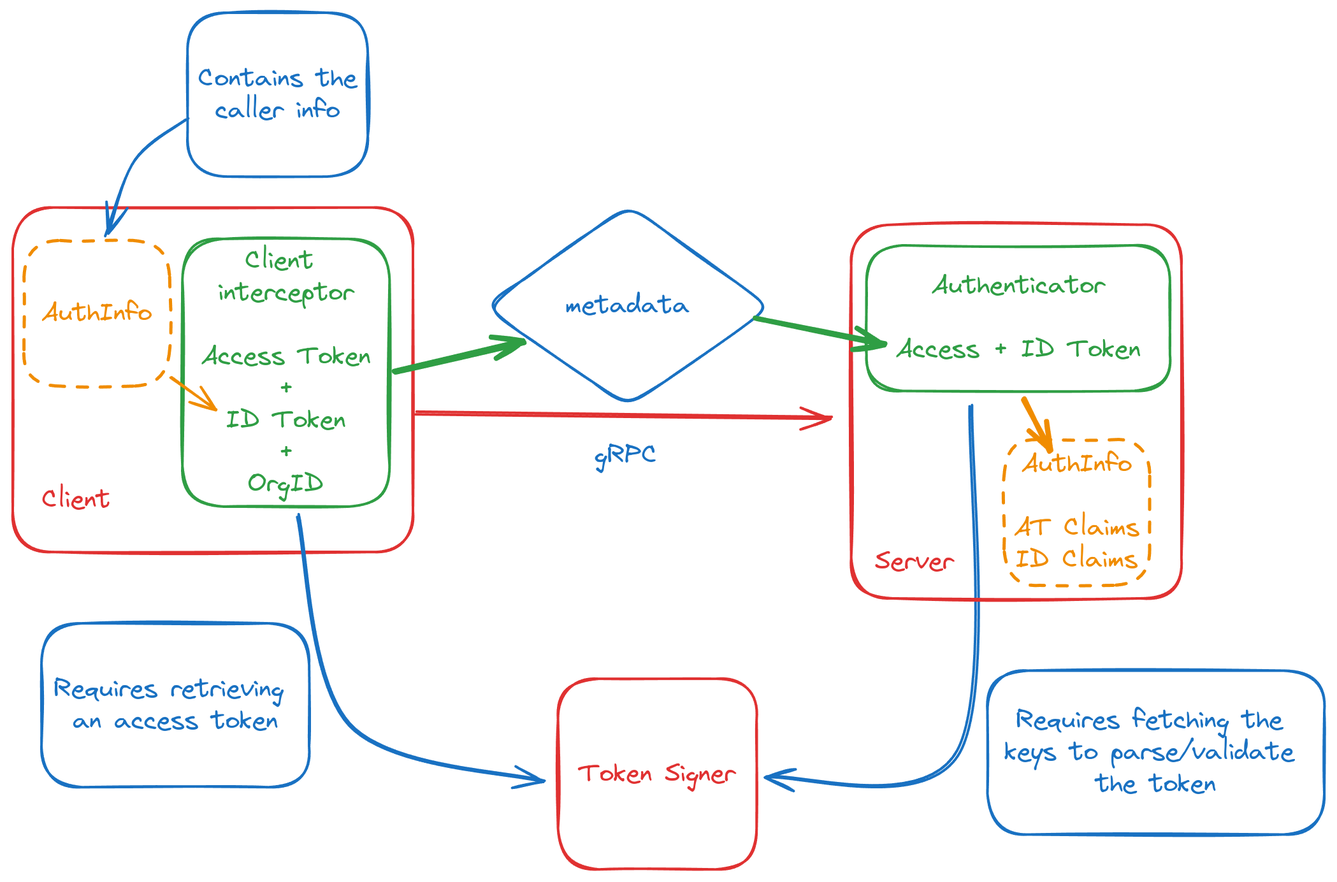
grafana/authlib keeps this Excalidraw diagram as assets/full-authentication-example.png. Above is the earlier version. Source tidied: one line per element, renumbered; positions are measured from the earlier drawing's top-left corner, leaving out a move shared by most shapes. Its diagram source:
```json
{"id": 0, "type": "rectangle", "strokeColor": "#e03131", "strokeWidth": 2, "roughness": 1, "round": true, "x": 0, "y": 153, "width": 314, "height": 270}
{"id": 1, "type": "rectangle", "strokeColor": "#2f9e44", "strokeWidth": 2, "roughness": 1, "round": true, "x": 133, "y": 177, "width": 163, "height": 210}
{"id": 2, "type": "text", "text": "Client \ninterceptor\n\nAccess Token\n+\nID Token\n+\nOrgID", "strokeColor": "#2f9e44", "strokeWidth": 2, "roughness": 1, "fontSize": 20, "fontFamily": 1, "textAlign": "center", "verticalAlign": "middle", "inside": 1, "x": 148, "y": 182, "width": 133, "height": 200}
{"id": 3, "type": "arrow", "strokeColor": "#1971c2", "strokeWidth": 2, "roughness": 1, "endArrowhead": "arrow", "round": true, "from": 16, "to": 6, "x": 751, "y": 309, "width": 159, "height": 291, "points": [[0, 0], [-9, 270], [-159, 291]]}
{"id": 4, "type": "rectangle", "strokeColor": "#1971c2", "strokeWidth": 2, "roughness": 1, "round": true, "x": 765, "y": 516, "width": 264, "height": 129}
{"id": 5, "type": "text", "text": "Requires fetching the \nkeys to parse/validate \nthe token", "strokeColor": "#1971c2", "strokeWidth": 2, "roughness": 1, "fontSize": 20, "fontFamily": 1, "textAlign": "center", "verticalAlign": "middle", "inside": 4, "x": 778, "y": 543, "width": 237, "height": 75}
{"id": 6, "type": "rectangle", "strokeColor": "#e03131", "strokeWidth": 2, "roughness": 1, "round": true, "x": 428, "y": 523, "width": 156, "height": 150}
{"id": 7, "type": "text", "text": "Token Signer", "strokeColor": "#e03131", "strokeWidth": 2, "roughness": 1, "fontSize": 20, "fontFamily": 1, "textAlign": "center", "verticalAlign": "middle", "inside": 6, "x": 443, "y": 585, "width": 126, "height": 25}
{"id": 8, "type": "rectangle", "strokeColor": "#f08c00", "strokeWidth": 2, "strokeStyle": "dashed", "roughness": 1, "round": true, "x": 9, "y": 179, "width": 114, "height": 114}
{"id": 9, "type": "text", "text": "AuthInfo", "strokeColor": "#f08c00", "strokeWidth": 2, "strokeStyle": "dashed", "roughness": 1, "fontSize": 20, "fontFamily": 1, "textAlign": "center", "verticalAlign": "middle", "inside": 8, "x": 22, "y": 223, "width": 88, "height": 25}
{"id": 10, "type": "arrow", "strokeColor": "#f08c00", "strokeWidth": 2, "roughness": 1, "endArrowhead": "arrow", "round": true, "from": 8, "to": 1, "x": 124, "y": 286, "width": 35, "height": 26, "points": [[0, 0], [35, 26]]}
{"id": 11, "type": "arrow", "strokeColor": "#e03131", "strokeWidth": 2, "roughness": 1, "endArrowhead": "arrow", "round": true, "x": 316, "y": 314, "width": 327, "height": 3, "points": [[0, 0], [327, 3]]}
{"id": 12, "type": "diamond", "strokeColor": "#1971c2", "strokeWidth": 2, "roughness": 1, "round": true, "x": 370, "y": 151, "width": 225, "height": 159}
{"id": 13, "type": "text", "text": "metadata", "strokeColor": "#1971c2", "strokeWidth": 2, "roughness": 1, "fontSize": 20, "fontFamily": 1, "textAlign": "center", "verticalAlign": "middle", "inside": 12, "x": 433, "y": 218, "width": 98, "height": 25}
{"id": 14, "type": "text", "text": "Client", "strokeColor": "#e03131", "strokeWidth": 2, "roughness": 1, "fontSize": 20, "fontFamily": 1, "x": 23, "y": 370, "width": 54, "height": 25}
{"id": 15, "type": "rectangle", "strokeColor": "#e03131", "strokeWidth": 2, "roughness": 1, "round": true, "x": 658, "y": 166, "width": 259, "height": 293}
{"id": 16, "type": "rectangle", "strokeColor": "#2f9e44", "strokeWidth": 2, "roughness": 1, "round": true, "x": 670, "y": 182, "width": 238, "height": 114}
{"id": 17, "type": "text", "text": "Authenticator\n\nAccess + ID Token", "strokeColor": "#2f9e44", "strokeWidth": 2, "roughness": 1, "fontSize": 20, "fontFamily": 1, "textAlign": "center", "verticalAlign": "middle", "inside": 16, "x": 693, "y": 202, "width": 192, "height": 75}
{"id": 18, "type": "text", "text": "Server", "strokeColor": "#e03131", "strokeWidth": 2, "roughness": 1, "fontSize": 20, "fontFamily": 1, "x": 677, "y": 419, "width": 63, "height": 25}
{"id": 19, "type": "arrow", "strokeColor": "#1971c2", "strokeWidth": 2, "roughness": 1, "endArrowhead": "arrow", "round": true, "from": 1, "to": 6, "x": 224, "y": 394, "width": 194, "height": 209, "points": [[0, 0], [41, 165], [194, 209]]}
{"id": 20, "type": "rectangle", "strokeColor": "#1971c2", "strokeWidth": 2, "roughness": 1, "round": true, "x": 23, "y": 479, "width": 210, "height": 129}
{"id": 21, "type": "text", "text": "Requires retrieving \nan access token", "strokeColor": "#1971c2", "strokeWidth": 2, "roughness": 1, "fontSize": 20, "fontFamily": 1, "textAlign": "center", "verticalAlign": "middle", "inside": 20, "x": 32, "y": 518, "width": 191, "height": 50}
{"id": 22, "type": "arrow", "strokeColor": "#2f9e44", "strokeWidth": 4, "roughness": 1, "endArrowhead": "arrow", "round": true, "from": 1, "to": 12, "x": 300, "y": 281, "width": 102, "height": 24, "points": [[0, 0], [102, -24]]}
{"id": 23, "type": "arrow", "strokeColor": "#2f9e44", "strokeWidth": 4, "roughness": 1, "endArrowhead": "arrow", "round": true, "from": 12, "to": 16, "x": 584, "y": 239, "width": 100, "height": 22, "points": [[0, 0], [100, 22]]}
{"id": 24, "type": "text", "text": "gRPC", "strokeColor": "#1971c2", "strokeWidth": 4, "roughness": 1, "fontSize": 20, "fontFamily": 1, "x": 457, "y": 335, "width": 50, "height": 25}
{"id": 25, "type": "arrow", "strokeColor": "#1971c2", "strokeWidth": 2, "roughness": 1, "endArrowhead": "arrow", "round": true, "from": 26, "x": 136, "y": 84, "width": 63, "height": 91, "points": [[0, 0], [-41, 32], [-63, 91]]}
{"id": 26, "type": "rectangle", "strokeColor": "#1971c2", "strokeWidth": 2, "roughness": 1, "round": true, "x": 137, "y": 0, "width": 141, "height": 129}
{"id": 27, "type": "text", "text": "Contains the\ncaller info", "strokeColor": "#1971c2", "strokeWidth": 2, "roughness": 1, "fontSize": 20, "fontFamily": 1, "textAlign": "center", "verticalAlign": "middle", "inside": 26, "x": 145, "y": 39, "width": 126, "height": 50}
{"id": 28, "type": "rectangle", "strokeColor": "#f08c00", "strokeWidth": 2, "strokeStyle": "dashed", "roughness": 1, "round": true, "x": 778, "y": 335, "width": 114, "height": 114}
{"id": 29, "type": "text", "text": "AuthInfo\n\nAT Claims\nID Claims", "strokeColor": "#f08c00", "strokeWidth": 2, "strokeStyle": "dashed", "roughness": 1, "fontSize": 20, "fontFamily": 1, "textAlign": "center", "verticalAlign": "middle", "inside": 28, "x": 786, "y": 342, "width": 99, "height": 100}
{"id": 30, "type": "arrow", "strokeColor": "#f08c00", "strokeWidth": 4, "roughness": 1, "endArrowhead": "arrow", "round": true, "to": 28, "x": 793, "y": 303, "width": 20, "height": 41, "points": [[0, 0], [20, 41]]}
```
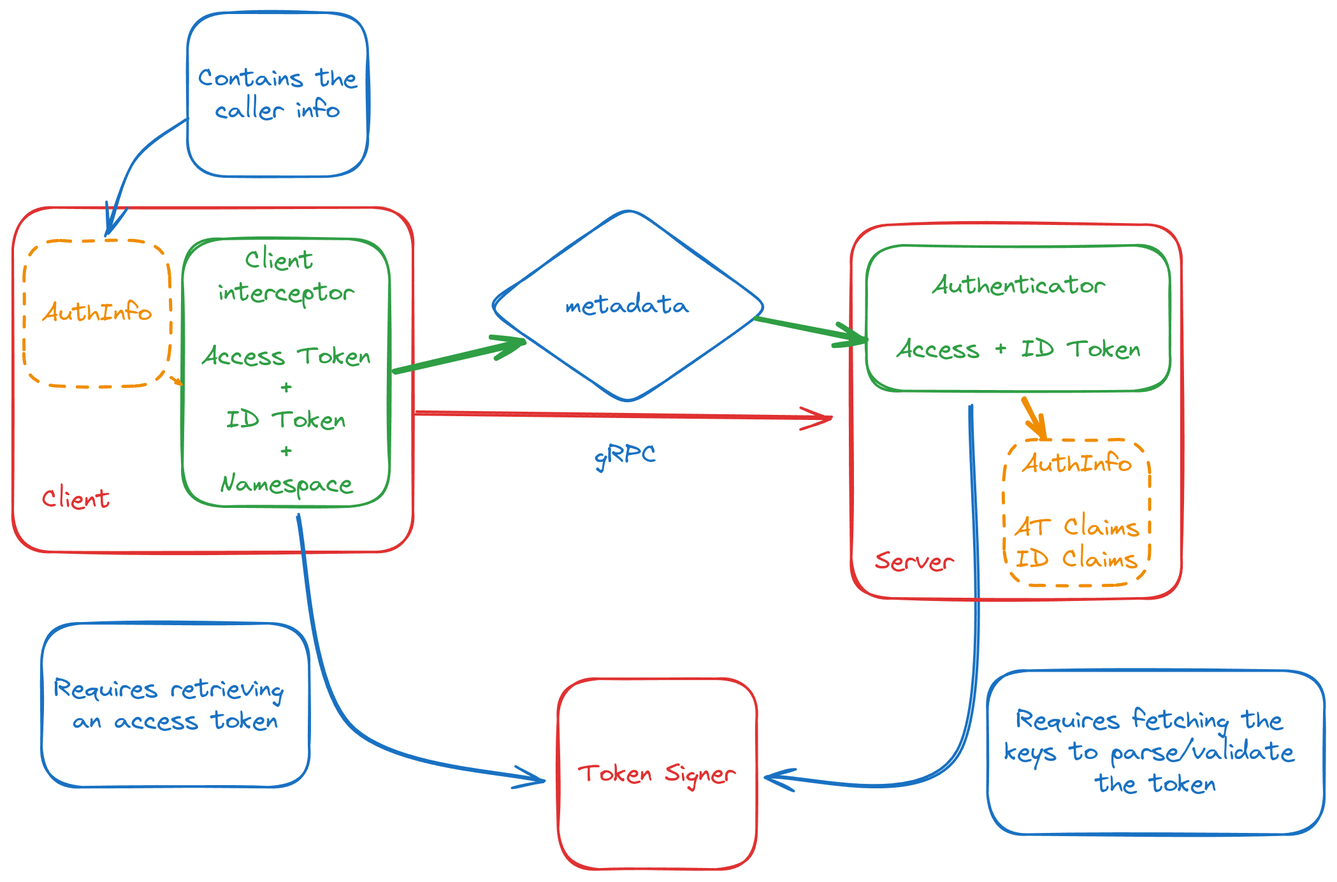
After the change.

Commit message:
Update README and examples to work with Namespace

Diff of the diagram source:
```diff
@@ -1,6 +1,6 @@
 {"id": 0, "type": "rectangle", "strokeColor": "#e03131", "strokeWidth": 2, "roughness": 1, "round": true, "x": 0, "y": 153, "width": 314, "height": 270}
 {"id": 1, "type": "rectangle", "strokeColor": "#2f9e44", "strokeWidth": 2, "roughness": 1, "round": true, "x": 133, "y": 177, "width": 163, "height": 210}
-{"id": 2, "type": "text", "text": "Client \ninterceptor\n\nAccess Token\n+\nID Token\n+\nOrgID", "strokeColor": "#2f9e44", "strokeWidth": 2, "roughness": 1, "fontSize": 20, "fontFamily": 1, "textAlign": "center", "verticalAlign": "middle", "inside": 1, "x": 148, "y": 182, "width": 133, "height": 200}
+{"id": 2, "type": "text", "text": "Client \ninterceptor\n\nAccess Token\n+\nID Token\n+\nNamespace", "strokeColor": "#2f9e44", "strokeWidth": 2, "roughness": 1, "fontSize": 20, "fontFamily": 1, "textAlign": "center", "verticalAlign": "middle", "inside": 1, "x": 148, "y": 182, "width": 133, "height": 200}
 {"id": 3, "type": "arrow", "strokeColor": "#1971c2", "strokeWidth": 2, "roughness": 1, "endArrowhead": "arrow", "round": true, "from": 16, "to": 6, "x": 751, "y": 309, "width": 159, "height": 291, "points": [[0, 0], [-9, 270], [-159, 291]]}
 {"id": 4, "type": "rectangle", "strokeColor": "#1971c2", "strokeWidth": 2, "roughness": 1, "round": true, "x": 765, "y": 516, "width": 264, "height": 129}
 {"id": 5, "type": "text", "text": "Requires fetching the \nkeys to parse/validate \nthe token", "strokeColor": "#1971c2", "strokeWidth": 2, "roughness": 1, "fontSize": 20, "fontFamily": 1, "textAlign": "center", "verticalAlign": "middle", "inside": 4, "x": 778, "y": 543, "width": 237, "height": 75}
@@ -8,7 +8,7 @@
 {"id": 7, "type": "text", "text": "Token Signer", "strokeColor": "#e03131", "strokeWidth": 2, "roughness": 1, "fontSize": 20, "fontFamily": 1, "textAlign": "center", "verticalAlign": "middle", "inside": 6, "x": 443, "y": 585, "width": 126, "height": 25}
 {"id": 8, "type": "rectangle", "strokeColor": "#f08c00", "strokeWidth": 2, "strokeStyle": "dashed", "roughness": 1, "round": true, "x": 9, "y": 179, "width": 114, "height": 114}
 {"id": 9, "type": "text", "text": "AuthInfo", "strokeColor": "#f08c00", "strokeWidth": 2, "strokeStyle": "dashed", "roughness": 1, "fontSize": 20, "fontFamily": 1, "textAlign": "center", "verticalAlign": "middle", "inside": 8, "x": 22, "y": 223, "width": 88, "height": 25}
-{"id": 10, "type": "arrow", "strokeColor": "#f08c00", "strokeWidth": 2, "roughness": 1, "endArrowhead": "arrow", "round": true, "from": 8, "to": 1, "x": 124, "y": 286, "width": 35, "height": 26, "points": [[0, 0], [35, 26]]}
+{"id": 10, "type": "arrow", "strokeColor": "#f08c00", "strokeWidth": 2, "roughness": 1, "endArrowhead": "arrow", "round": true, "from": 8, "to": 1, "x": 124, "y": 286, "width": 8, "height": 6, "points": [[0, 0], [8, 6]]}
 {"id": 11, "type": "arrow", "strokeColor": "#e03131", "strokeWidth": 2, "roughness": 1, "endArrowhead": "arrow", "round": true, "x": 316, "y": 314, "width": 327, "height": 3, "points": [[0, 0], [327, 3]]}
 {"id": 12, "type": "diamond", "strokeColor": "#1971c2", "strokeWidth": 2, "roughness": 1, "round": true, "x": 370, "y": 151, "width": 225, "height": 159}
 {"id": 13, "type": "text", "text": "metadata", "strokeColor": "#1971c2", "strokeWidth": 2, "roughness": 1, "fontSize": 20, "fontFamily": 1, "textAlign": "center", "verticalAlign": "middle", "inside": 12, "x": 433, "y": 218, "width": 98, "height": 25}
@@ -21,11 +21,11 @@
 {"id": 20, "type": "rectangle", "strokeColor": "#1971c2", "strokeWidth": 2, "roughness": 1, "round": true, "x": 23, "y": 479, "width": 210, "height": 129}
 {"id": 21, "type": "text", "text": "Requires retrieving \nan access token", "strokeColor": "#1971c2", "strokeWidth": 2, "roughness": 1, "fontSize": 20, "fontFamily": 1, "textAlign": "center", "verticalAlign": "middle", "inside": 20, "x": 32, "y": 518, "width": 191, "height": 50}
 {"id": 22, "type": "arrow", "strokeColor": "#2f9e44", "strokeWidth": 4, "roughness": 1, "endArrowhead": "arrow", "round": true, "from": 1, "to": 12, "x": 300, "y": 281, "width": 102, "height": 24, "points": [[0, 0], [102, -24]]}
-{"id": 23, "type": "arrow", "strokeColor": "#2f9e44", "strokeWidth": 4, "roughness": 1, "endArrowhead": "arrow", "round": true, "from": 12, "to": 16, "x": 584, "y": 239, "width": 100, "height": 22, "points": [[0, 0], [100, 22]]}
+{"id": 23, "type": "arrow", "strokeColor": "#2f9e44", "strokeWidth": 4, "roughness": 1, "endArrowhead": "arrow", "round": true, "from": 12, "to": 16, "x": 584, "y": 239, "width": 84, "height": 18, "points": [[0, 0], [84, 18]]}
 {"id": 24, "type": "text", "text": "gRPC", "strokeColor": "#1971c2", "strokeWidth": 4, "roughness": 1, "fontSize": 20, "fontFamily": 1, "x": 457, "y": 335, "width": 50, "height": 25}
 {"id": 25, "type": "arrow", "strokeColor": "#1971c2", "strokeWidth": 2, "roughness": 1, "endArrowhead": "arrow", "round": true, "from": 26, "x": 136, "y": 84, "width": 63, "height": 91, "points": [[0, 0], [-41, 32], [-63, 91]]}
 {"id": 26, "type": "rectangle", "strokeColor": "#1971c2", "strokeWidth": 2, "roughness": 1, "round": true, "x": 137, "y": 0, "width": 141, "height": 129}
 {"id": 27, "type": "text", "text": "Contains the\ncaller info", "strokeColor": "#1971c2", "strokeWidth": 2, "roughness": 1, "fontSize": 20, "fontFamily": 1, "textAlign": "center", "verticalAlign": "middle", "inside": 26, "x": 145, "y": 39, "width": 126, "height": 50}
 {"id": 28, "type": "rectangle", "strokeColor": "#f08c00", "strokeWidth": 2, "strokeStyle": "dashed", "roughness": 1, "round": true, "x": 778, "y": 335, "width": 114, "height": 114}
 {"id": 29, "type": "text", "text": "AuthInfo\n\nAT Claims\nID Claims", "strokeColor": "#f08c00", "strokeWidth": 2, "strokeStyle": "dashed", "roughness": 1, "fontSize": 20, "fontFamily": 1, "textAlign": "center", "verticalAlign": "middle", "inside": 28, "x": 786, "y": 342, "width": 99, "height": 100}
-{"id": 30, "type": "arrow", "strokeColor": "#f08c00", "strokeWidth": 4, "roughness": 1, "endArrowhead": "arrow", "round": true, "to": 28, "x": 793, "y": 303, "width": 20, "height": 41, "points": [[0, 0], [20, 41]]}
+{"id": 30, "type": "arrow", "strokeColor": "#f08c00", "strokeWidth": 4, "roughness": 1, "endArrowhead": "arrow", "round": true, "to": 28, "x": 793, "y": 303, "width": 15, "height": 31, "points": [[0, 0], [15, 31]]}
```
